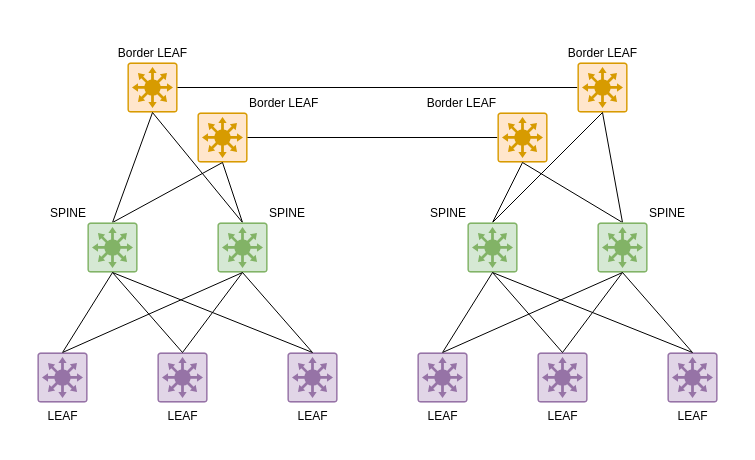
The draw.io diagram project/img/scheme.drawio in alex209/otus_data-center, before the edit. Source tidied: cells renumbered, new cells numbered last; positions are measured from the earlier drawing's top-left corner, leaving out a move shared by most shapes. Both pictures are drawn from the tidied source at 100%, with x=0, y=0 at pixel (37, 62).
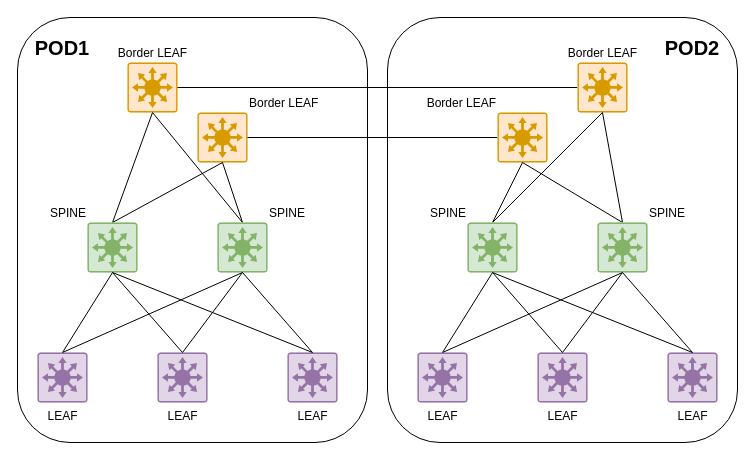
Above is the later version.

Diff of the diagram source:
```diff
@@
+    <mxCell id="38" style="rounded=1;whiteSpace=wrap;html=1;" parent="1" vertex="1">
+      <mxGeometry x="350" y="-45" width="350" height="425" as="geometry" />
+    </mxCell>
+    <mxCell id="39" style="rounded=1;whiteSpace=wrap;html=1;" parent="1" vertex="1">
+      <mxGeometry x="-20" y="-45" width="350" height="425" as="geometry" />
+    </mxCell>
@@
+    <mxCell id="40" value="&lt;b&gt;&lt;font style=&quot;font-size: 20px;&quot;&gt;POD1&lt;/font&gt;&lt;/b&gt;" style="text;html=1;whiteSpace=wrap;strokeColor=none;fillColor=none;align=center;verticalAlign=middle;rounded=0;" parent="1" vertex="1">
+      <mxGeometry x="-5" y="-30" width="60" height="30" as="geometry" />
+    </mxCell>
+    <mxCell id="41" value="&lt;b&gt;&lt;font style=&quot;font-size: 20px;&quot;&gt;POD2&lt;/font&gt;&lt;/b&gt;" style="text;html=1;whiteSpace=wrap;strokeColor=none;fillColor=none;align=center;verticalAlign=middle;rounded=0;" parent="1" vertex="1">
+      <mxGeometry x="625" y="-30" width="60" height="30" as="geometry" />
+    </mxCell>
```
